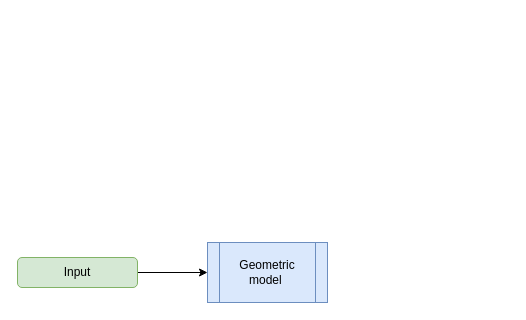
This is Untitled Diagram.drawio from hephaestus88/complex, a draw.io file, before an edit. Source tidied: cells renumbered, new cells numbered last; positions are measured from the earlier drawing's top-left corner, leaving out a move shared by most shapes. Both pictures are drawn from the tidied source at 100%, with x=0, y=0 at pixel (17, 242).
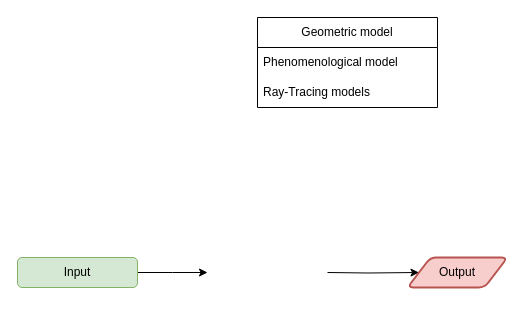
The same diagram, later.

The edit, as a diff of the source:
```diff
@@
 <mxGraphModel>
   <root>
     <mxCell id="0" />
     <mxCell id="1" parent="0" />
-    <mxCell id="2" style="edgeStyle=orthogonalEdgeStyle;rounded=0;jettySize=auto;html=1;exitX=1;exitY=0.5;exitDx=0;exitDy=0;entryX=0;entryY=0.5;entryDx=0;entryDy=0;" parent="1" edge="1" source="3" target="4">
-      <mxGeometry relative="1" as="geometry" />
+    <mxCell id="2" style="edgeStyle=orthogonalEdgeStyle;rounded=0;jettySize=auto;html=1;exitX=1;exitY=0.5;exitDx=0;exitDy=0;entryX=0;entryY=0.5;entryDx=0;entryDy=0;" parent="1" edge="1" source="3">
+      <mxGeometry relative="1" as="geometry">
+        <mxPoint x="190" y="30" as="targetPoint" />
+      </mxGeometry>
     </mxCell>
     <mxCell id="3" value="Input" style="rounded=1;whiteSpace=wrap;html=1;fillColor=#d5e8d4;strokeColor=#82b366;" parent="1" vertex="1">
       <mxGeometry y="15" width="120" height="30" as="geometry" />
     </mxCell>
+    <mxCell id="5" style="edgeStyle=orthogonalEdgeStyle;rounded=0;jettySize=auto;html=1;exitX=1;exitY=0.5;exitDx=0;exitDy=0;entryX=0;entryY=0.5;entryDx=0;entryDy=0;" parent="1" edge="1" target="6">
+      <mxGeometry relative="1" as="geometry">
+        <mxPoint x="310" y="30" as="sourcePoint" />
+      </mxGeometry>
+    </mxCell>
+    <mxCell id="6" value="Output" style="shape=parallelogram;html=1;strokeWidth=2;perimeter=parallelogramPerimeter;whiteSpace=wrap;rounded=1;arcSize=12;size=0.23;fillColor=#f8cecc;strokeColor=#b85450;" parent="1" vertex="1">
+      <mxGeometry x="390" y="15" width="100" height="30" as="geometry" />
+    </mxCell>
-    <mxCell id="4" value="Geometric model&amp;nbsp;" style="shape=process;whiteSpace=wrap;html=1;backgroundOutline=1;fillColor=#dae8fc;strokeColor=#6c8ebf;" parent="1" vertex="1">
-      <mxGeometry x="190" width="120" height="60" as="geometry" />
+    <mxCell id="4" value="Geometric model" style="swimlane;fontStyle=0;horizontal=1;startSize=30;whiteSpace=wrap;html=1;" parent="1" vertex="1">
+      <mxGeometry x="240" y="-225" width="180" height="90" as="geometry" />
     </mxCell>
+    <mxCell id="7" value="Phenomenological model" style="text;strokeColor=none;fillColor=none;align=left;verticalAlign=middle;spacingLeft=4;spacingRight=4;overflow=hidden;whiteSpace=wrap;html=1;" parent="4" vertex="1">
+      <mxGeometry y="30" width="180" height="30" as="geometry" />
+    </mxCell>
+    <mxCell id="8" value="Ray-Tracing models" style="text;strokeColor=none;fillColor=none;align=left;verticalAlign=middle;spacingLeft=4;spacingRight=4;overflow=hidden;whiteSpace=wrap;html=1;" parent="4" vertex="1">
+      <mxGeometry y="60" width="180" height="30" as="geometry" />
+    </mxCell>
   </root>
 </mxGraphModel>
```
